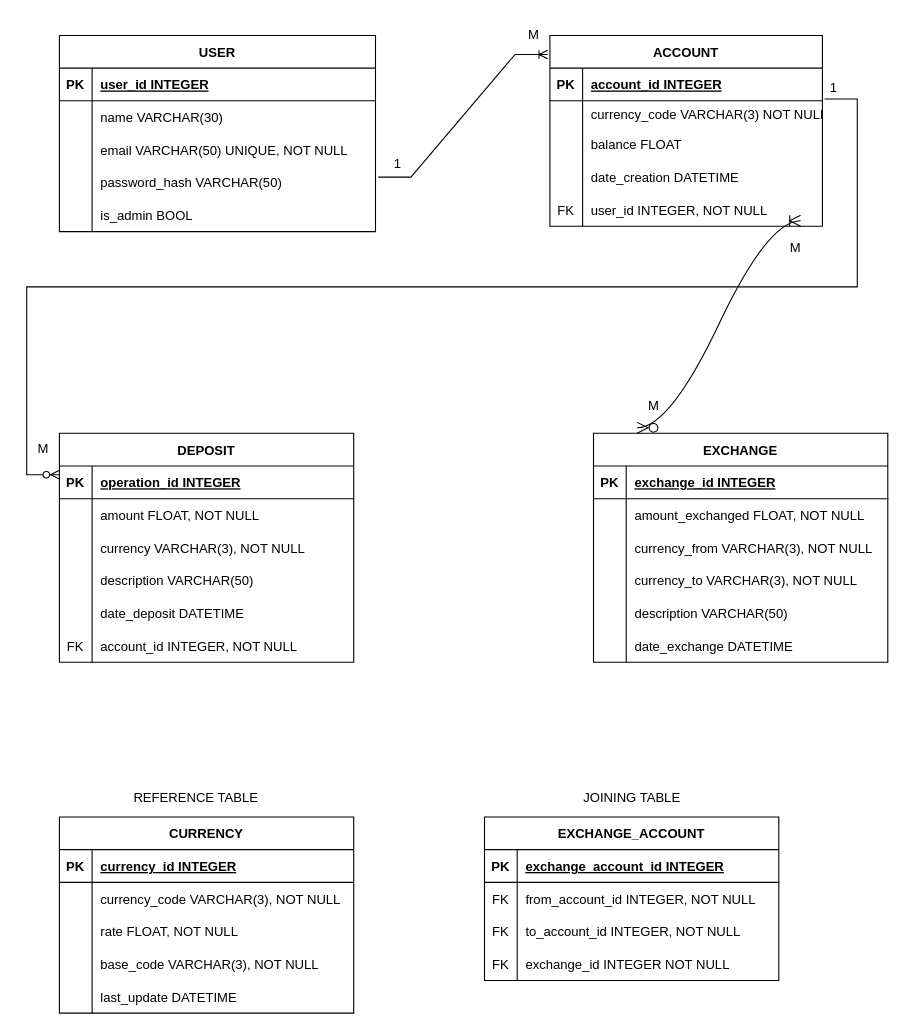
The draw.io diagram Currency_exchange.drawio in danilo90lan/API_Web_Server_Currency_Exchange, before the edit. Source tidied: cells renumbered, new cells numbered last; positions are measured from the earlier drawing's top-left corner, leaving out a move shared by most shapes. Both pictures are drawn from the tidied source at 109%, with x=0, y=0 at pixel (26, 19).
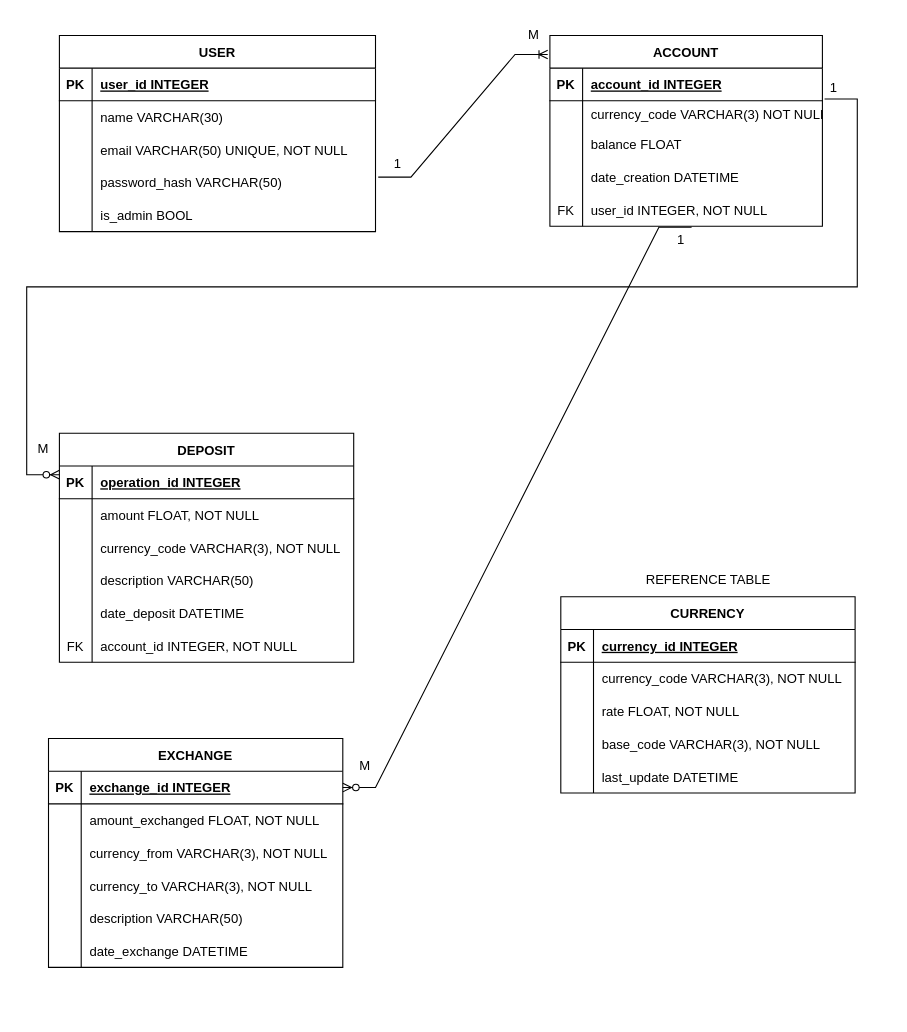
After the change.

Unchanged cells that the change refers to:
```xml
<mxCell id="31" style="shape=partialRectangle;fillColor=none;points=[[0,0.5],[1,0.5]];portConstraint=eastwest;top=0;left=0;right=0;bottom=0;" parent="18" vertex="1">
  <mxGeometry y="145" width="250" height="30" as="geometry" />
</mxCell>
<mxCell id="41" style="shape=partialRectangle;fillColor=none;top=0;left=0;right=0;bottom=0;" parent="34" vertex="1">
  <mxGeometry y="90" width="270" height="30" as="geometry" />
</mxCell>
<mxCell id="54" style="shape=partialRectangle;fillColor=none;points=[[0,0.5],[1,0.5]];portConstraint=eastwest;top=0;left=0;right=0;bottom=1;" parent="53" vertex="1">
  <mxGeometry y="30" width="270" height="30" as="geometry" />
</mxCell>
```

The edit, as a diff of the source:
```diff
@@
-    <mxCell id="43" value="currency VARCHAR(3), NOT NULL" style="shape=partialRectangle;overflow=hidden;fillColor=none;top=0;left=0;bottom=0;right=0;align=left;spacingLeft=6;" parent="41" vertex="1">
+    <mxCell id="43" value="currency_code VARCHAR(3), NOT NULL" style="shape=partialRectangle;overflow=hidden;fillColor=none;top=0;left=0;bottom=0;right=0;align=left;spacingLeft=6;" parent="41" vertex="1">
       <mxGeometry x="30" width="240" height="30" as="geometry" />
     </mxCell>
@@
     <mxCell id="53" value="EXCHANGE" style="shape=table;startSize=30;childLayout=tableLayout;rowLines=0;fontStyle=1;align=center;" parent="1" vertex="1">
-      <mxGeometry x="520" y="380" width="270" height="210" as="geometry" />
+      <mxGeometry x="20" y="660" width="270" height="210" as="geometry" />
     </mxCell>
@@
-    <mxCell id="74" value="M" style="text;html=1;align=center;verticalAlign=middle;strokeColor=none;fillColor=none;" parent="1" vertex="1">
-      <mxGeometry x="560" y="340" width="30" height="30" as="geometry" />
-    </mxCell>
@@
     <mxCell id="79" value="CURRENCY" style="shape=table;startSize=30;childLayout=tableLayout;rowLines=0;fontStyle=1;align=center;" parent="1" vertex="1">
-      <mxGeometry x="30" y="732" width="270" height="180" as="geometry" />
+      <mxGeometry x="490" y="530" width="270" height="180" as="geometry" />
     </mxCell>
@@
     <mxCell id="95" value="REFERENCE TABLE" style="text;html=1;align=center;verticalAlign=middle;strokeColor=none;fillColor=none;" parent="1" vertex="1">
-      <mxGeometry x="85" y="700" width="140" height="30" as="geometry" />
+      <mxGeometry x="555" y="500" width="140" height="30" as="geometry" />
     </mxCell>
-    <mxCell id="96" value="EXCHANGE_ACCOUNT" style="shape=table;startSize=30;childLayout=tableLayout;rowLines=0;fontStyle=1;align=center;" parent="1" vertex="1">
-      <mxGeometry x="420" y="732" width="270" height="150" as="geometry" />
-    </mxCell>
-    <mxCell id="97" style="shape=partialRectangle;fillColor=none;top=0;left=0;right=0;bottom=1;" parent="96" vertex="1">
-      <mxGeometry y="30" width="270" height="30" as="geometry" />
-    </mxCell>
-    <mxCell id="98" value="PK" style="shape=partialRectangle;overflow=hidden;fillColor=none;top=0;left=0;bottom=0;right=0;fontStyle=1;" parent="97" vertex="1">
-      <mxGeometry width="30" height="30" as="geometry" />
-    </mxCell>
-    <mxCell id="99" value="exchange_account_id INTEGER" style="shape=partialRectangle;overflow=hidden;fillColor=none;top=0;left=0;bottom=0;right=0;align=left;spacingLeft=6;fontStyle=5;" parent="97" vertex="1">
-      <mxGeometry x="30" width="240" height="30" as="geometry" />
-    </mxCell>
-    <mxCell id="100" style="shape=partialRectangle;fillColor=none;top=0;left=0;right=0;bottom=0;" parent="96" vertex="1">
-      <mxGeometry y="60" width="270" height="30" as="geometry" />
-    </mxCell>
-    <mxCell id="101" value="FK" style="shape=partialRectangle;overflow=hidden;fillColor=none;top=0;left=0;bottom=0;right=0;" parent="100" vertex="1">
-      <mxGeometry width="30" height="30" as="geometry" />
-    </mxCell>
-    <mxCell id="102" value="from_account_id INTEGER, NOT NULL" style="shape=partialRectangle;overflow=hidden;fillColor=none;top=0;left=0;bottom=0;right=0;align=left;spacingLeft=6;" parent="100" vertex="1">
-      <mxGeometry x="30" width="240" height="30" as="geometry" />
-    </mxCell>
-    <mxCell id="103" style="shape=partialRectangle;fillColor=none;top=0;left=0;right=0;bottom=0;" parent="96" vertex="1">
-      <mxGeometry y="90" width="270" height="30" as="geometry" />
-    </mxCell>
-    <mxCell id="104" value="FK" style="shape=partialRectangle;overflow=hidden;fillColor=none;top=0;left=0;bottom=0;right=0;" parent="103" vertex="1">
-      <mxGeometry width="30" height="30" as="geometry" />
-    </mxCell>
-    <mxCell id="105" value="to_account_id INTEGER, NOT NULL" style="shape=partialRectangle;overflow=hidden;fillColor=none;top=0;left=0;bottom=0;right=0;align=left;spacingLeft=6;" parent="103" vertex="1">
-      <mxGeometry x="30" width="240" height="30" as="geometry" />
-    </mxCell>
-    <mxCell id="106" style="shape=partialRectangle;fillColor=none;top=0;left=0;right=0;bottom=0;" parent="96" vertex="1">
-      <mxGeometry y="120" width="270" height="30" as="geometry" />
-    </mxCell>
-    <mxCell id="107" value="FK" style="shape=partialRectangle;overflow=hidden;fillColor=none;top=0;left=0;bottom=0;right=0;" parent="106" vertex="1">
-      <mxGeometry width="30" height="30" as="geometry" />
-    </mxCell>
-    <mxCell id="108" value="exchange_id INTEGER NOT NULL" style="shape=partialRectangle;overflow=hidden;fillColor=none;top=0;left=0;bottom=0;right=0;align=left;spacingLeft=6;" parent="106" vertex="1">
-      <mxGeometry x="30" width="240" height="30" as="geometry" />
-    </mxCell>
-    <mxCell id="109" value="JOINING TABLE" style="text;html=1;align=center;verticalAlign=middle;strokeColor=none;fillColor=none;" parent="1" vertex="1">
-      <mxGeometry x="500" y="700" width="110" height="30" as="geometry" />
-    </mxCell>
-    <mxCell id="110" value="M" style="text;html=1;align=center;verticalAlign=middle;strokeColor=none;fillColor=none;" parent="1" vertex="1">
-      <mxGeometry x="690" y="195" width="30" height="30" as="geometry" />
-    </mxCell>
-    <mxCell id="111" style="edgeStyle=entityRelationEdgeStyle;fontSize=12;html=1;endArrow=ERoneToMany;startArrow=ERzeroToMany;rounded=0;startSize=8;endSize=8;curved=1;exitX=0.074;exitY=0;exitDx=0;exitDy=0;exitPerimeter=0;" parent="1" edge="1">
-      <mxGeometry relative="1" as="geometry">
-        <mxPoint x="560" y="375" as="sourcePoint" />
-        <mxPoint x="710" y="185" as="targetPoint" />
-        <Array as="points">
-          <mxPoint x="750" y="465" />
-          <mxPoint x="660" y="315" />
-          <mxPoint x="710" y="445" />
-          <mxPoint x="670" y="435" />
-          <mxPoint x="610" y="365" />
-          <mxPoint x="750" y="365" />
-          <mxPoint x="770" y="395" />
-          <mxPoint x="750" y="405" />
-          <mxPoint x="630" y="125" />
-          <mxPoint x="650" y="105" />
-        </Array>
-      </mxGeometry>
-    </mxCell>
+    <mxCell id="112" style="edgeStyle=entityRelationEdgeStyle;fontSize=12;html=1;endArrow=ERzeroToMany;endFill=1;rounded=0;entryX=1;entryY=0.5;entryDx=0;entryDy=0;exitX=0.52;exitY=1.033;exitDx=0;exitDy=0;exitPerimeter=0;" parent="1" edge="1" source="31" target="54">
+      <mxGeometry relative="1" as="geometry">
+        <Array as="points">
+          <mxPoint x="900" y="90" />
+          <mxPoint x="870" y="190" />
+        </Array>
+      </mxGeometry>
+    </mxCell>
+    <mxCell id="113" value="1" style="text;html=1;align=center;verticalAlign=middle;strokeColor=none;fillColor=none;" parent="1" vertex="1">
+      <mxGeometry x="585" y="188" width="30" height="30" as="geometry" />
+    </mxCell>
+    <mxCell id="114" value="M" style="text;html=1;align=center;verticalAlign=middle;strokeColor=none;fillColor=none;" parent="1" vertex="1">
+      <mxGeometry x="295" y="670" width="30" height="30" as="geometry" />
+    </mxCell>
```
